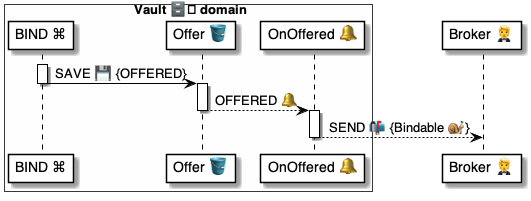
The PlantUML diagram 4 ⚙️ Solution/41 🎭 Domain Roles/Vaults 🗄️/🗄️🪣 Vault tables/Offers 🎁 table/🪣🔔 1 Offered/🗄️ OnOfferOffered ⚙️ uml.png in pollyweb-org/pollyweb-docs, before a commit. Its source is kept beside it as 4 ⚙️ Solution/41 🎭 Domain Roles/Vaults 🗄️/🗄️🪣 Vault tables/Offers 🎁 table/🪣🔔 1 Offered/🗄️ OnOfferOffered ⚙️ uml.puml.
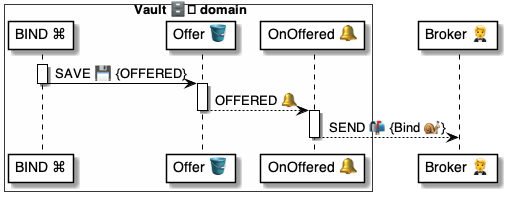
After the commit.

Diff of the diagram source:
```diff
@@ -19,7 +19,7 @@
 deactivate offers
 
 activate trigger
-    trigger --> broker: SEND 📬 {Bindable 🐌}
+    trigger --> broker: SEND 📬 {Bind 🐌}
 deactivate trigger
 
 
```
